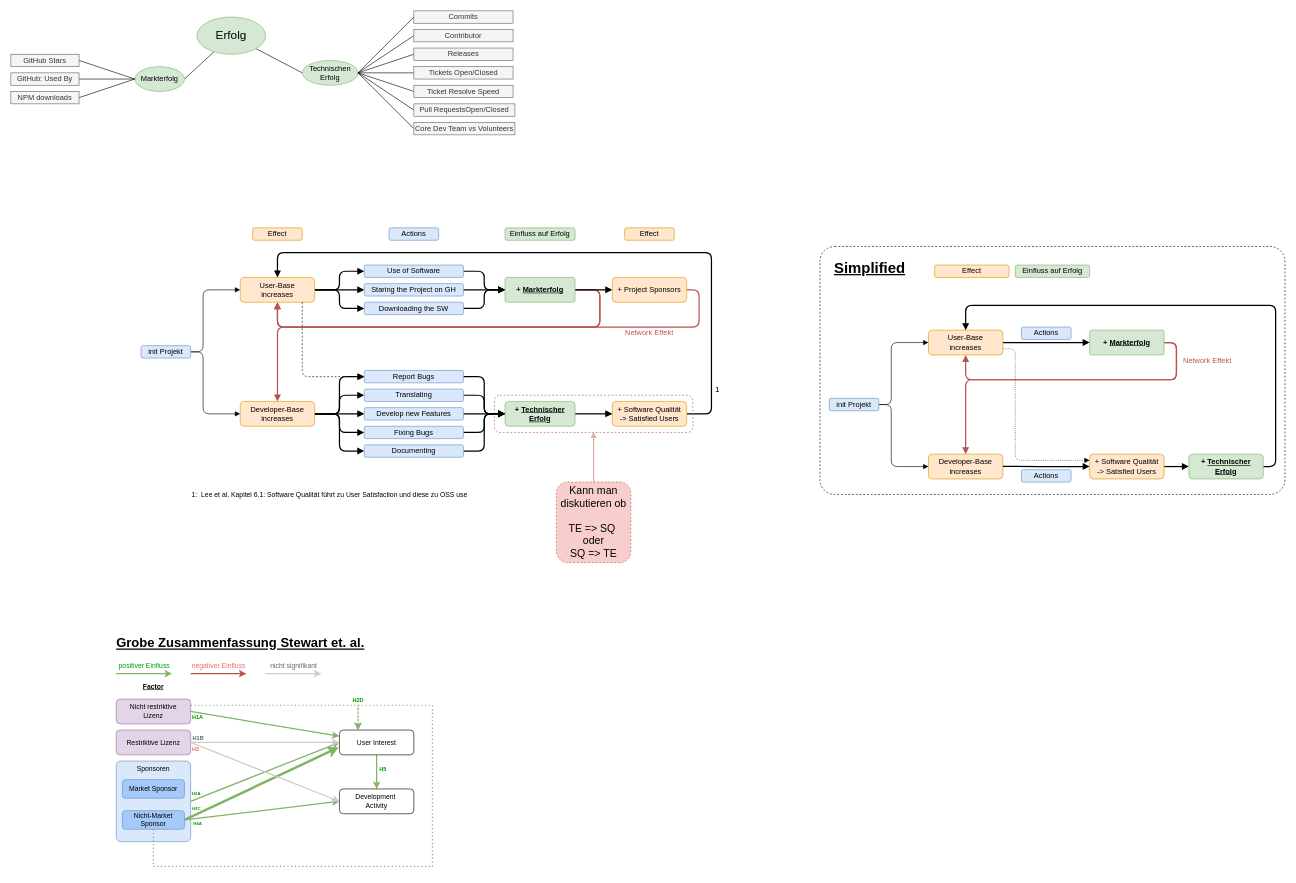
PaulGBarbu/Bachelorarbeit keeps this draw.io diagram as DrawIO Skizzen/MindMap.drawio. Above is the earlier version. Source tidied: cells renumbered, new cells numbered last; positions are measured from the earlier drawing's top-left corner, leaving out a move shared by most shapes. Both pictures are drawn from the tidied source at 62%, with x=0, y=0 at pixel (11, 11).
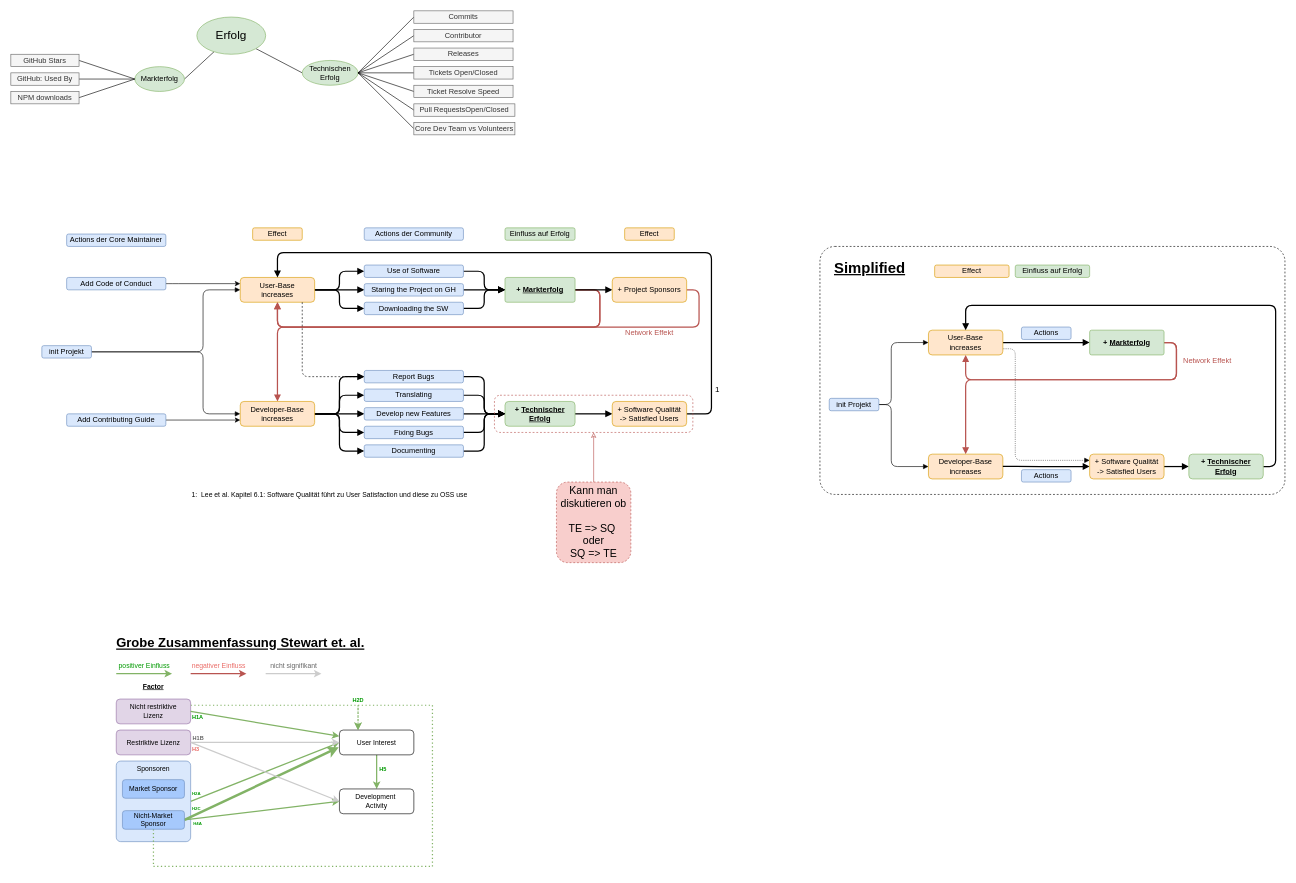
The same diagram, later.

The change refers to these unchanged cells:
```xml
<mxCell id="40" value="Developer-Base&lt;br&gt;increases" style="rounded=1;whiteSpace=wrap;html=1;fillColor=#ffe6cc;fontSize=12;strokeColor=#d79b00;" parent="1" vertex="1">
  <mxGeometry x="370" y="630" width="120" height="40" as="geometry" />
</mxCell>
```

What changed in the source:
```diff
@@
     <mxCell id="30" value="init Projekt" style="rounded=1;whiteSpace=wrap;html=1;fillColor=#dae8fc;fontSize=12;strokeColor=#6c8ebf;" parent="1" vertex="1">
-      <mxGeometry x="210" y="540" width="80" height="20" as="geometry" />
+      <mxGeometry x="50" y="540" width="80" height="20" as="geometry" />
     </mxCell>
@@
-    <mxCell id="57" value="Actions" style="rounded=1;whiteSpace=wrap;html=1;fillColor=#dae8fc;fontSize=12;strokeColor=#6c8ebf;" parent="1" vertex="1">
-      <mxGeometry x="610" y="350" width="80" height="20" as="geometry" />
+    <mxCell id="57" value="Actions der Community" style="rounded=1;whiteSpace=wrap;html=1;fillColor=#dae8fc;fontSize=12;strokeColor=#6c8ebf;" parent="1" vertex="1">
+      <mxGeometry x="570" y="350" width="160" height="20" as="geometry" />
     </mxCell>
@@
+    <mxCell id="128" value="Actions der Core Maintainer" style="rounded=1;whiteSpace=wrap;html=1;fillColor=#dae8fc;fontSize=12;strokeColor=#6c8ebf;" parent="1" vertex="1">
+      <mxGeometry x="90" y="360" width="160" height="20" as="geometry" />
+    </mxCell>
+    <mxCell id="129" style="edgeStyle=orthogonalEdgeStyle;jettySize=auto;html=1;rounded=1;exitX=1;exitY=0.5;exitDx=0;exitDy=0;" parent="1" edge="1" source="130">
+      <mxGeometry relative="1" as="geometry">
+        <mxPoint x="370" y="440" as="targetPoint" />
+        <Array as="points">
+          <mxPoint x="260" y="440" />
+          <mxPoint x="260" y="440" />
+        </Array>
+      </mxGeometry>
+    </mxCell>
+    <mxCell id="130" value="&lt;span&gt;Add Code of Conduct&lt;/span&gt;" style="rounded=1;whiteSpace=wrap;html=1;fillColor=#dae8fc;fontSize=12;strokeColor=#6c8ebf;" parent="1" vertex="1">
+      <mxGeometry x="90" y="430" width="160" height="20" as="geometry" />
+    </mxCell>
+    <mxCell id="131" style="edgeStyle=orthogonalEdgeStyle;rounded=1;jettySize=auto;html=1;entryX=0;entryY=0.75;entryDx=0;entryDy=0;exitX=1;exitY=0.5;exitDx=0;exitDy=0;" parent="1" edge="1" source="132" target="40">
+      <mxGeometry relative="1" as="geometry">
+        <Array as="points">
+          <mxPoint x="250" y="660" />
+          <mxPoint x="250" y="660" />
+        </Array>
+      </mxGeometry>
+    </mxCell>
+    <mxCell id="132" value="&lt;span&gt;Add Contributing Guide&lt;/span&gt;" style="rounded=1;whiteSpace=wrap;html=1;fillColor=#dae8fc;fontSize=12;strokeColor=#6c8ebf;" parent="1" vertex="1">
+      <mxGeometry x="90" y="650" width="160" height="20" as="geometry" />
+    </mxCell>
```
